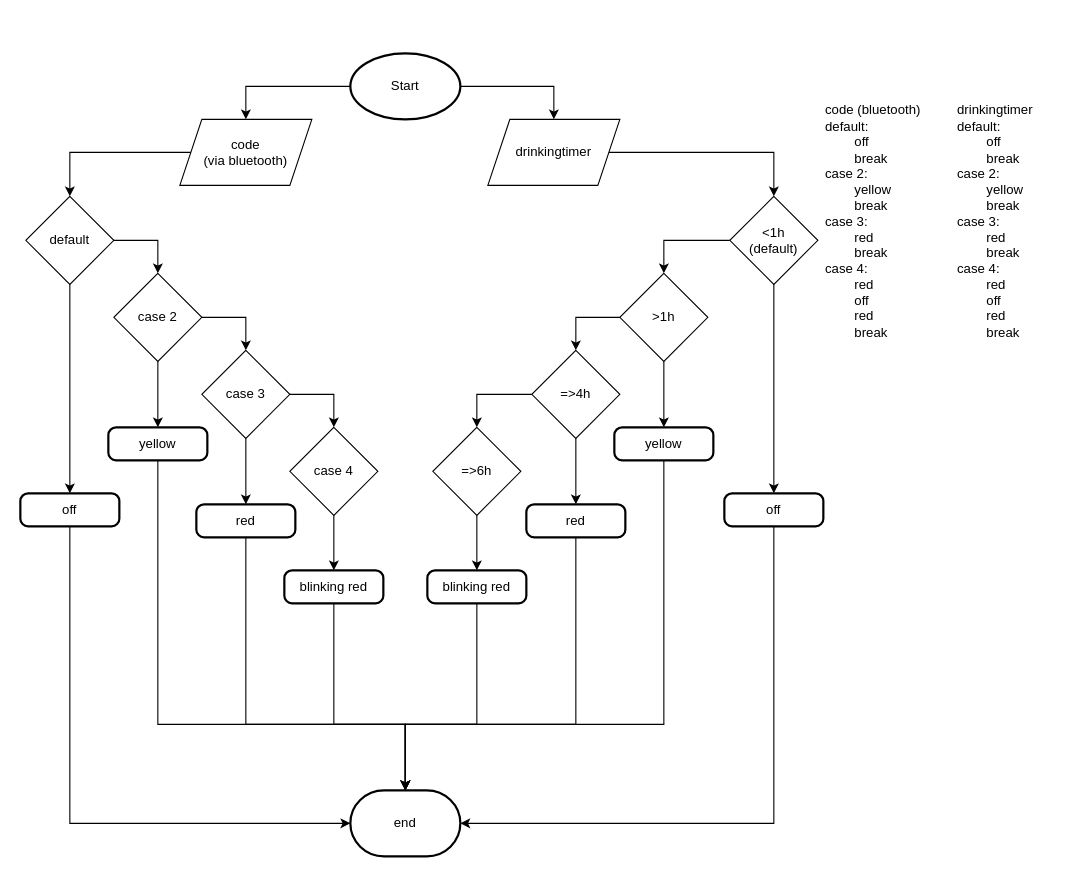
Above: docs/board_requirements/ledControl.drawio in Serious-Games-V-UFV/SERIOUS-GAMES-V-UFV (draw.io), before the change. Source tidied: cells renumbered, new cells numbered last; positions are measured from the earlier drawing's top-left corner, leaving out a move shared by most shapes. Both pictures are drawn from the tidied source at 110%, with x=0, y=0 at pixel (20, 53).
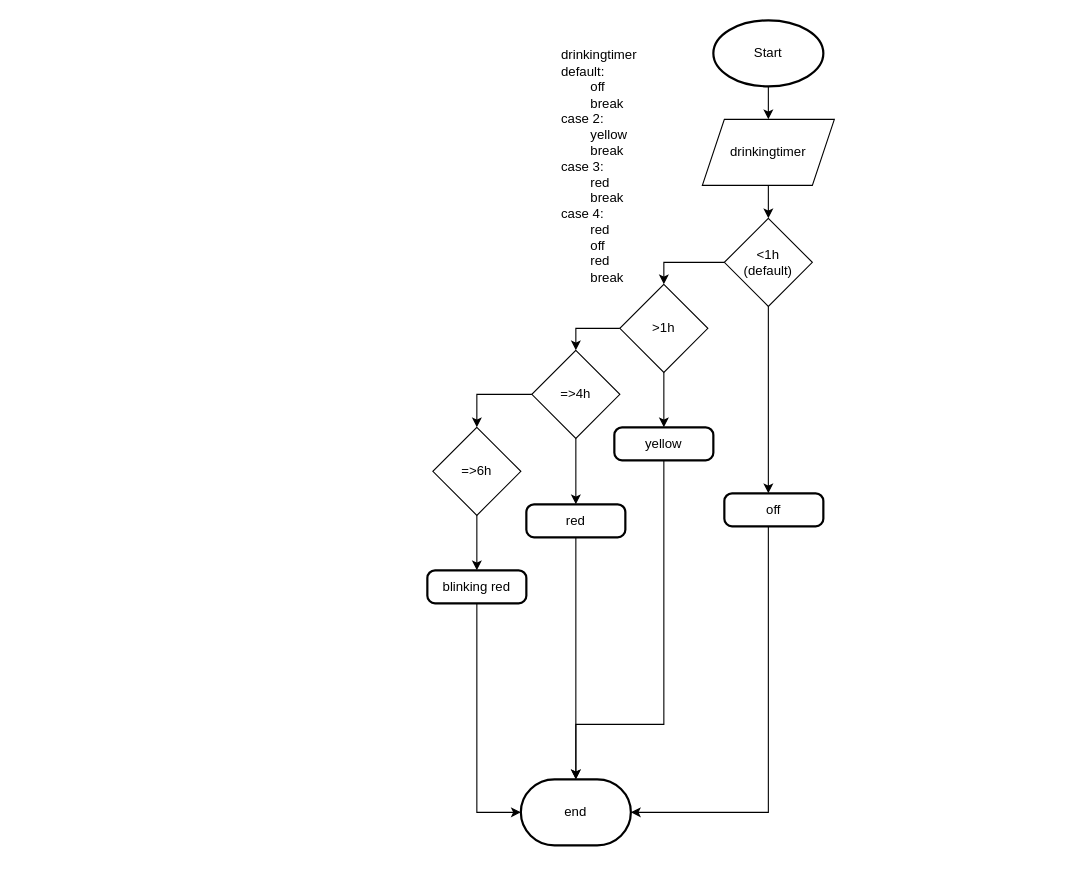
Above is the later version.

Commit message (it also covers changes not shown here):
Update LED diagram and lilypad code

Update board diagram (ledControl.drawio and ledControl.jpg) and refactor Lilypad firmware. Changes in src/lilypad/lilypad.ino: replace Math.h with math.h, rename weight pins and pass correct pins to HX711.begin, add drinkControl() and irDetection() helper functions, call drinkControl() from loop and simplify led control flow, use fabsf for refill handling, remove unused light pin, and minor formatting/whitespace adjustments. Also update the diagram layout and the associated JPEG.

Unchanged cells that the change refers to:
```xml
<mxCell id="37" value="=&amp;gt;4h" style="rhombus;whiteSpace=wrap;html=1;" parent="1" vertex="1">
  <mxGeometry x="465" y="270" width="80" height="80" as="geometry" />
</mxCell>
<mxCell id="40" value="yellow" style="rounded=1;whiteSpace=wrap;html=1;absoluteArcSize=1;arcSize=14;strokeWidth=2;" parent="1" vertex="1">
  <mxGeometry x="540" y="340" width="90" height="30" as="geometry" />
</mxCell>
<mxCell id="41" value="red" style="rounded=1;whiteSpace=wrap;html=1;absoluteArcSize=1;arcSize=14;strokeWidth=2;" parent="1" vertex="1">
  <mxGeometry x="460" y="410" width="90" height="30" as="geometry" />
</mxCell>
<mxCell id="42" value="blinking red" style="rounded=1;whiteSpace=wrap;html=1;absoluteArcSize=1;arcSize=14;strokeWidth=2;" parent="1" vertex="1">
  <mxGeometry x="370" y="470" width="90" height="30" as="geometry" />
</mxCell>
<mxCell id="43" value="off" style="rounded=1;whiteSpace=wrap;html=1;absoluteArcSize=1;arcSize=14;strokeWidth=2;" parent="1" vertex="1">
  <mxGeometry x="640" y="400" width="90" height="30" as="geometry" />
</mxCell>
```

Diff of the diagram source:
```diff
@@
-    <mxCell id="2" style="edgeStyle=orthogonalEdgeStyle;rounded=0;jettySize=auto;html=1;entryX=0.5;entryY=0;entryDx=0;entryDy=0;" parent="1" edge="1" source="4" target="6">
-      <mxGeometry relative="1" as="geometry" />
-    </mxCell>
-    <mxCell id="3" style="edgeStyle=orthogonalEdgeStyle;rounded=0;jettySize=auto;html=1;exitX=1;exitY=0.5;exitDx=0;exitDy=0;exitPerimeter=0;entryX=0.5;entryY=0;entryDx=0;entryDy=0;" parent="1" edge="1" source="4" target="28">
+    <mxCell id="3" style="edgeStyle=orthogonalEdgeStyle;rounded=0;jettySize=auto;html=1;entryX=0.5;entryY=0;entryDx=0;entryDy=0;" parent="1" edge="1" source="4" target="28">
       <mxGeometry relative="1" as="geometry" />
     </mxCell>
     <mxCell id="4" value="Start" style="strokeWidth=2;html=1;shape=mxgraph.flowchart.start_1;whiteSpace=wrap;" parent="1" vertex="1">
-      <mxGeometry x="300" width="100" height="60" as="geometry" />
+      <mxGeometry x="630" y="-30" width="100" height="60" as="geometry" />
     </mxCell>
-    <mxCell id="5" style="edgeStyle=orthogonalEdgeStyle;rounded=0;jettySize=auto;html=1;entryX=0.5;entryY=0;entryDx=0;entryDy=0;" parent="1" edge="1" source="6" target="9">
-      <mxGeometry relative="1" as="geometry" />
-    </mxCell>
-    <mxCell id="6" value="code&lt;br&gt;(via bluetooth)" style="shape=parallelogram;perimeter=parallelogramPerimeter;whiteSpace=wrap;html=1;fixedSize=1;" parent="1" vertex="1">
-      <mxGeometry x="145" y="60" width="120" height="60" as="geometry" />
-    </mxCell>
-    <mxCell id="7" style="edgeStyle=orthogonalEdgeStyle;rounded=0;jettySize=auto;html=1;entryX=0.5;entryY=0;entryDx=0;entryDy=0;" parent="1" edge="1" source="9" target="11">
-      <mxGeometry relative="1" as="geometry">
-        <Array as="points">
-          <mxPoint x="125" y="170" />
-        </Array>
-      </mxGeometry>
-    </mxCell>
-    <mxCell id="8" style="edgeStyle=orthogonalEdgeStyle;rounded=0;jettySize=auto;html=1;entryX=0.5;entryY=0;entryDx=0;entryDy=0;" parent="1" edge="1" source="9" target="23">
-      <mxGeometry relative="1" as="geometry" />
-    </mxCell>
-    <mxCell id="9" value="default" style="rhombus;whiteSpace=wrap;html=1;" parent="1" vertex="1">
-      <mxGeometry x="5" y="130" width="80" height="80" as="geometry" />
-    </mxCell>
-    <mxCell id="10" style="edgeStyle=orthogonalEdgeStyle;rounded=0;jettySize=auto;html=1;entryX=0.5;entryY=0;entryDx=0;entryDy=0;" parent="1" edge="1" source="11" target="18">
-      <mxGeometry relative="1" as="geometry" />
-    </mxCell>
-    <mxCell id="11" value="case 2" style="rhombus;whiteSpace=wrap;html=1;" parent="1" vertex="1">
-      <mxGeometry x="85" y="200" width="80" height="80" as="geometry" />
-    </mxCell>
-    <mxCell id="12" style="edgeStyle=orthogonalEdgeStyle;rounded=0;jettySize=auto;html=1;entryX=0.5;entryY=0;entryDx=0;entryDy=0;" parent="1" edge="1" target="14">
-      <mxGeometry relative="1" as="geometry">
-        <mxPoint x="165" y="240" as="sourcePoint" />
-        <Array as="points">
-          <mxPoint x="205" y="240" />
-        </Array>
-      </mxGeometry>
-    </mxCell>
-    <mxCell id="13" style="edgeStyle=orthogonalEdgeStyle;rounded=0;jettySize=auto;html=1;entryX=0.5;entryY=0;entryDx=0;entryDy=0;" parent="1" edge="1" source="14" target="20">
-      <mxGeometry relative="1" as="geometry" />
-    </mxCell>
-    <mxCell id="14" value="case 3" style="rhombus;whiteSpace=wrap;html=1;" parent="1" vertex="1">
-      <mxGeometry x="165" y="270" width="80" height="80" as="geometry" />
-    </mxCell>
-    <mxCell id="15" style="edgeStyle=orthogonalEdgeStyle;rounded=0;jettySize=auto;html=1;entryX=0.5;entryY=0;entryDx=0;entryDy=0;" parent="1" edge="1" target="17">
-      <mxGeometry relative="1" as="geometry">
-        <mxPoint x="245" y="310" as="sourcePoint" />
-        <Array as="points">
-          <mxPoint x="285" y="310" />
-        </Array>
-      </mxGeometry>
-    </mxCell>
-    <mxCell id="16" style="edgeStyle=orthogonalEdgeStyle;rounded=0;jettySize=auto;html=1;entryX=0.5;entryY=0;entryDx=0;entryDy=0;" parent="1" edge="1" source="17" target="21">
-      <mxGeometry relative="1" as="geometry" />
-    </mxCell>
-    <mxCell id="17" value="case 4" style="rhombus;whiteSpace=wrap;html=1;" parent="1" vertex="1">
-      <mxGeometry x="245" y="340" width="80" height="80" as="geometry" />
-    </mxCell>
-    <mxCell id="18" value="yellow" style="rounded=1;whiteSpace=wrap;html=1;absoluteArcSize=1;arcSize=14;strokeWidth=2;" parent="1" vertex="1">
-      <mxGeometry x="80" y="340" width="90" height="30" as="geometry" />
-    </mxCell>
-    <mxCell id="19" style="edgeStyle=orthogonalEdgeStyle;rounded=0;jettySize=auto;html=1;entryX=0.5;entryY=0;entryDx=0;entryDy=0;entryPerimeter=0;" parent="1" edge="1" source="20" target="22">
-      <mxGeometry relative="1" as="geometry">
-        <Array as="points">
-          <mxPoint x="205" y="610" />
-          <mxPoint x="350" y="610" />
-        </Array>
-      </mxGeometry>
-    </mxCell>
-    <mxCell id="20" value="red" style="rounded=1;whiteSpace=wrap;html=1;absoluteArcSize=1;arcSize=14;strokeWidth=2;" parent="1" vertex="1">
-      <mxGeometry x="160" y="410" width="90" height="30" as="geometry" />
-    </mxCell>
-    <mxCell id="21" value="blinking red" style="rounded=1;whiteSpace=wrap;html=1;absoluteArcSize=1;arcSize=14;strokeWidth=2;" parent="1" vertex="1">
-      <mxGeometry x="240" y="470" width="90" height="30" as="geometry" />
-    </mxCell>
     <mxCell id="22" value="end" style="strokeWidth=2;html=1;shape=mxgraph.flowchart.terminator;whiteSpace=wrap;" parent="1" vertex="1">
-      <mxGeometry x="300" y="670" width="100" height="60" as="geometry" />
+      <mxGeometry x="455" y="660" width="100" height="60" as="geometry" />
     </mxCell>
-    <mxCell id="23" value="off" style="rounded=1;whiteSpace=wrap;html=1;absoluteArcSize=1;arcSize=14;strokeWidth=2;" parent="1" vertex="1">
-      <mxGeometry y="400" width="90" height="30" as="geometry" />
-    </mxCell>
-    <mxCell id="24" style="edgeStyle=orthogonalEdgeStyle;rounded=0;jettySize=auto;html=1;entryX=0;entryY=0.5;entryDx=0;entryDy=0;entryPerimeter=0;" parent="1" edge="1" source="23" target="22">
-      <mxGeometry relative="1" as="geometry">
-        <Array as="points">
-          <mxPoint x="45" y="700" />
-        </Array>
-      </mxGeometry>
-    </mxCell>
-    <mxCell id="25" style="edgeStyle=orthogonalEdgeStyle;rounded=0;jettySize=auto;html=1;entryX=0.5;entryY=0;entryDx=0;entryDy=0;entryPerimeter=0;" parent="1" edge="1" source="18" target="22">
-      <mxGeometry relative="1" as="geometry">
-        <Array as="points">
-          <mxPoint x="125" y="610" />
-          <mxPoint x="350" y="610" />
-        </Array>
-      </mxGeometry>
-    </mxCell>
-    <mxCell id="26" style="edgeStyle=orthogonalEdgeStyle;rounded=0;jettySize=auto;html=1;entryX=0.5;entryY=0;entryDx=0;entryDy=0;entryPerimeter=0;" parent="1" edge="1" source="21" target="22">
-      <mxGeometry relative="1" as="geometry">
-        <Array as="points">
-          <mxPoint x="285" y="610" />
-          <mxPoint x="350" y="610" />
-        </Array>
-      </mxGeometry>
-    </mxCell>
@@
     <mxCell id="28" value="drinkingtimer" style="shape=parallelogram;perimeter=parallelogramPerimeter;whiteSpace=wrap;html=1;fixedSize=1;" parent="1" vertex="1">
-      <mxGeometry x="425" y="60" width="120" height="60" as="geometry" />
+      <mxGeometry x="620" y="60" width="120" height="60" as="geometry" />
     </mxCell>
     <mxCell id="29" style="edgeStyle=orthogonalEdgeStyle;rounded=0;jettySize=auto;html=1;entryX=0.5;entryY=0;entryDx=0;entryDy=0;" parent="1" edge="1" source="31" target="34">
-      <mxGeometry relative="1" as="geometry" />
+      <mxGeometry relative="1" as="geometry">
+        <Array as="points">
+          <mxPoint x="585" y="190" />
+        </Array>
+      </mxGeometry>
     </mxCell>
     <mxCell id="30" style="edgeStyle=orthogonalEdgeStyle;rounded=0;jettySize=auto;html=1;" parent="1" edge="1" source="31" target="43">
-      <mxGeometry relative="1" as="geometry" />
+      <mxGeometry relative="1" as="geometry">
+        <Array as="points">
+          <mxPoint x="680" y="350" />
+          <mxPoint x="680" y="350" />
+        </Array>
+      </mxGeometry>
     </mxCell>
     <mxCell id="31" value="&amp;lt;1h&lt;br&gt;(default)" style="rhombus;whiteSpace=wrap;html=1;" parent="1" vertex="1">
-      <mxGeometry x="645" y="130" width="80" height="80" as="geometry" />
+      <mxGeometry x="640" y="150" width="80" height="80" as="geometry" />
     </mxCell>
-    <mxCell id="32" style="edgeStyle=orthogonalEdgeStyle;rounded=0;jettySize=auto;html=1;entryX=0.5;entryY=0;entryDx=0;entryDy=0;" parent="1" edge="1" source="34" target="37">
+    <mxCell id="32" style="edgeStyle=orthogonalEdgeStyle;rounded=0;jettySize=auto;html=1;entryX=0.5;entryY=0;entryDx=0;entryDy=0;exitX=0;exitY=0.5;exitDx=0;exitDy=0;" parent="1" edge="1" source="34" target="37">
       <mxGeometry relative="1" as="geometry">
         <Array as="points">
-          <mxPoint x="505" y="240" />
+          <mxPoint x="505" y="250" />
         </Array>
       </mxGeometry>
     </mxCell>
@@
     <mxCell id="34" value="&amp;gt;1h" style="rhombus;whiteSpace=wrap;html=1;" parent="1" vertex="1">
-      <mxGeometry x="545" y="200" width="80" height="80" as="geometry" />
+      <mxGeometry x="545" y="210" width="80" height="80" as="geometry" />
     </mxCell>
@@
     <mxCell id="44" style="edgeStyle=orthogonalEdgeStyle;rounded=0;jettySize=auto;html=1;entryX=1;entryY=0.5;entryDx=0;entryDy=0;entryPerimeter=0;" parent="1" edge="1" source="43" target="22">
       <mxGeometry relative="1" as="geometry">
         <Array as="points">
-          <mxPoint x="685" y="700" />
+          <mxPoint x="680" y="690" />
         </Array>
       </mxGeometry>
     </mxCell>
-    <mxCell id="45" style="edgeStyle=orthogonalEdgeStyle;rounded=0;jettySize=auto;html=1;entryX=0.5;entryY=0;entryDx=0;entryDy=0;entryPerimeter=0;" parent="1" edge="1" source="42" target="22">
+    <mxCell id="45" style="edgeStyle=orthogonalEdgeStyle;rounded=0;jettySize=auto;html=1;entryX=0;entryY=0.5;entryDx=0;entryDy=0;entryPerimeter=0;" parent="1" edge="1" source="42" target="22">
       <mxGeometry relative="1" as="geometry">
         <Array as="points">
-          <mxPoint x="415" y="610" />
-          <mxPoint x="350" y="610" />
+          <mxPoint x="415" y="690" />
         </Array>
       </mxGeometry>
     </mxCell>
     <mxCell id="46" style="edgeStyle=orthogonalEdgeStyle;rounded=0;jettySize=auto;html=1;entryX=0.5;entryY=0;entryDx=0;entryDy=0;entryPerimeter=0;" parent="1" edge="1" source="41" target="22">
       <mxGeometry relative="1" as="geometry">
         <Array as="points">
-          <mxPoint x="505" y="610" />
-          <mxPoint x="350" y="610" />
+          <mxPoint x="505" y="640" />
+          <mxPoint x="505" y="640" />
         </Array>
       </mxGeometry>
     </mxCell>
     <mxCell id="47" style="edgeStyle=orthogonalEdgeStyle;rounded=0;jettySize=auto;html=1;entryX=0.5;entryY=0;entryDx=0;entryDy=0;entryPerimeter=0;" parent="1" edge="1" source="40" target="22">
       <mxGeometry relative="1" as="geometry">
         <Array as="points">
           <mxPoint x="585" y="610" />
-          <mxPoint x="350" y="610" />
+          <mxPoint x="505" y="610" />
         </Array>
       </mxGeometry>
     </mxCell>
-    <mxCell id="48" value="code (bluetooth)&lt;div&gt;&lt;span style=&quot;background-color: transparent; color: light-dark(rgb(0, 0, 0), rgb(255, 255, 255));&quot;&gt;default:&lt;/span&gt;&lt;div&gt;&lt;span style=&quot;white-space: pre;&quot;&gt;&#9;&lt;/span&gt;off&lt;/div&gt;&lt;div&gt;&lt;span style=&quot;background-color: transparent; color: light-dark(rgb(0, 0, 0), rgb(255, 255, 255));&quot;&gt;&lt;span style=&quot;white-space: pre;&quot;&gt;&#9;&lt;/span&gt;break&lt;/span&gt;&lt;/div&gt;&lt;div&gt;&lt;span style=&quot;background-color: transparent; color: light-dark(rgb(0, 0, 0), rgb(255, 255, 255));&quot;&gt;case 2:&lt;/span&gt;&lt;/div&gt;&lt;div&gt;&lt;span style=&quot;background-color: transparent; color: light-dark(rgb(0, 0, 0), rgb(255, 255, 255));&quot;&gt;&lt;span style=&quot;white-space: pre;&quot;&gt;&#9;&lt;/span&gt;yellow&lt;/span&gt;&lt;/div&gt;&lt;div&gt;&lt;span style=&quot;background-color: transparent; color: light-dark(rgb(0, 0, 0), rgb(255, 255, 255));&quot;&gt;&lt;span style=&quot;white-space: pre;&quot;&gt;&lt;span style=&quot;white-space: pre;&quot;&gt;&#9;&lt;/span&gt;break&lt;/span&gt;&lt;/span&gt;&lt;/div&gt;&lt;div&gt;&lt;span style=&quot;background-color: transparent; color: light-dark(rgb(0, 0, 0), rgb(255, 255, 255));&quot;&gt;case 3:&lt;/span&gt;&lt;/div&gt;&lt;div&gt;&lt;span style=&quot;background-color: transparent; color: light-dark(rgb(0, 0, 0), rgb(255, 255, 255));&quot;&gt;&lt;span style=&quot;white-space: pre;&quot;&gt;&lt;span style=&quot;white-space: pre;&quot;&gt;&#9;&lt;/span&gt;red&lt;/span&gt;&lt;/span&gt;&lt;/div&gt;&lt;div&gt;&lt;span style=&quot;background-color: transparent; color: light-dark(rgb(0, 0, 0), rgb(255, 255, 255));&quot;&gt;&lt;span style=&quot;white-space: pre;&quot;&gt;&#9;&lt;/span&gt;break&lt;/span&gt;&lt;/div&gt;&lt;div&gt;&lt;span style=&quot;background-color: transparent; color: light-dark(rgb(0, 0, 0), rgb(255, 255, 255));&quot;&gt;case 4:&lt;/span&gt;&lt;/div&gt;&lt;div&gt;&lt;span style=&quot;background-color: transparent; color: light-dark(rgb(0, 0, 0), rgb(255, 255, 255)); white-space-collapse: preserve;&quot;&gt;&lt;span style=&quot;white-space: pre;&quot;&gt;&#9;&lt;/span&gt;red&lt;/span&gt;&lt;/div&gt;&lt;div&gt;&lt;span style=&quot;background-color: transparent; color: light-dark(rgb(0, 0, 0), rgb(255, 255, 255)); white-space-collapse: preserve;&quot;&gt;&lt;span style=&quot;white-space: pre;&quot;&gt;&#9;&lt;/span&gt;off&lt;/span&gt;&lt;/div&gt;&lt;div&gt;&lt;span style=&quot;background-color: transparent; color: light-dark(rgb(0, 0, 0), rgb(255, 255, 255)); white-space-collapse: preserve;&quot;&gt;&lt;span style=&quot;white-space: pre;&quot;&gt;&#9;&lt;/span&gt;red&lt;/span&gt;&lt;/div&gt;&lt;div&gt;&lt;span style=&quot;white-space: pre;&quot;&gt;&#9;&lt;/span&gt;break&lt;/div&gt;&lt;div&gt;&lt;span style=&quot;background-color: transparent; color: light-dark(rgb(0, 0, 0), rgb(255, 255, 255)); white-space-collapse: preserve;&quot;&gt;&#9;&lt;/span&gt;&lt;span style=&quot;background-color: transparent; color: light-dark(rgb(0, 0, 0), rgb(255, 255, 255)); white-space-collapse: preserve;&quot;&gt;&#9;&lt;/span&gt;&lt;/div&gt;&lt;/div&gt;" style="text;html=1;align=left;verticalAlign=middle;strokeColor=none;fillColor=none;" parent="1" vertex="1">
-      <mxGeometry x="730" y="40" width="110" height="240" as="geometry" />
-    </mxCell>
     <mxCell id="49" value="drinkingtimer&lt;div&gt;&lt;div&gt;default:&lt;br&gt;&lt;span style=&quot;white-space: pre;&quot;&gt;&#9;&lt;/span&gt;off&lt;/div&gt;&lt;div&gt;&lt;span style=&quot;background-color: transparent; color: light-dark(rgb(0, 0, 0), rgb(255, 255, 255));&quot;&gt;&lt;span style=&quot;white-space: pre;&quot;&gt;&#9;&lt;/span&gt;break&lt;/span&gt;&lt;/div&gt;&lt;div&gt;&lt;span style=&quot;background-color: transparent; color: light-dark(rgb(0, 0, 0), rgb(255, 255, 255));&quot;&gt;case 2:&lt;/span&gt;&lt;/div&gt;&lt;div&gt;&lt;span style=&quot;background-color: transparent; color: light-dark(rgb(0, 0, 0), rgb(255, 255, 255));&quot;&gt;&lt;span style=&quot;white-space: pre;&quot;&gt;&#9;&lt;/span&gt;yellow&lt;/span&gt;&lt;/div&gt;&lt;div&gt;&lt;span style=&quot;background-color: transparent; color: light-dark(rgb(0, 0, 0), rgb(255, 255, 255));&quot;&gt;&lt;span style=&quot;white-space: pre;&quot;&gt;&lt;span style=&quot;white-space: pre;&quot;&gt;&#9;&lt;/span&gt;break&lt;/span&gt;&lt;/span&gt;&lt;/div&gt;&lt;div&gt;&lt;span style=&quot;background-color: transparent; color: light-dark(rgb(0, 0, 0), rgb(255, 255, 255));&quot;&gt;case 3:&lt;/span&gt;&lt;/div&gt;&lt;div&gt;&lt;span style=&quot;background-color: transparent; color: light-dark(rgb(0, 0, 0), rgb(255, 255, 255));&quot;&gt;&lt;span style=&quot;white-space: pre;&quot;&gt;&lt;span style=&quot;white-space: pre;&quot;&gt;&#9;&lt;/span&gt;red&lt;/span&gt;&lt;/span&gt;&lt;/div&gt;&lt;div&gt;&lt;span style=&quot;background-color: transparent; color: light-dark(rgb(0, 0, 0), rgb(255, 255, 255));&quot;&gt;&lt;span style=&quot;white-space: pre;&quot;&gt;&#9;&lt;/span&gt;break&lt;/span&gt;&lt;/div&gt;&lt;div&gt;&lt;span style=&quot;background-color: transparent; color: light-dark(rgb(0, 0, 0), rgb(255, 255, 255));&quot;&gt;case 4:&lt;/span&gt;&lt;/div&gt;&lt;div&gt;&lt;span style=&quot;background-color: transparent; color: light-dark(rgb(0, 0, 0), rgb(255, 255, 255)); white-space-collapse: preserve;&quot;&gt;&lt;span style=&quot;white-space: pre;&quot;&gt;&#9;&lt;/span&gt;red&lt;/span&gt;&lt;/div&gt;&lt;div&gt;&lt;span style=&quot;background-color: transparent; color: light-dark(rgb(0, 0, 0), rgb(255, 255, 255)); white-space-collapse: preserve;&quot;&gt;&lt;span style=&quot;white-space: pre;&quot;&gt;&#9;&lt;/span&gt;off&lt;/span&gt;&lt;/div&gt;&lt;div&gt;&lt;span style=&quot;background-color: transparent; color: light-dark(rgb(0, 0, 0), rgb(255, 255, 255)); white-space-collapse: preserve;&quot;&gt;&lt;span style=&quot;white-space: pre;&quot;&gt;&#9;&lt;/span&gt;red&lt;/span&gt;&lt;/div&gt;&lt;div&gt;&lt;span style=&quot;white-space: pre;&quot;&gt;&#9;&lt;/span&gt;break&lt;/div&gt;&lt;div&gt;&lt;span style=&quot;background-color: transparent; color: light-dark(rgb(0, 0, 0), rgb(255, 255, 255)); white-space-collapse: preserve;&quot;&gt;&#9;&lt;/span&gt;&lt;span style=&quot;background-color: transparent; color: light-dark(rgb(0, 0, 0), rgb(255, 255, 255)); white-space-collapse: preserve;&quot;&gt;&#9;&lt;/span&gt;&lt;/div&gt;&lt;/div&gt;" style="text;html=1;align=left;verticalAlign=middle;strokeColor=none;fillColor=none;" parent="1" vertex="1">
-      <mxGeometry x="850" y="40" width="90" height="240" as="geometry" />
+      <mxGeometry x="490" y="-10" width="90" height="240" as="geometry" />
     </mxCell>
```
